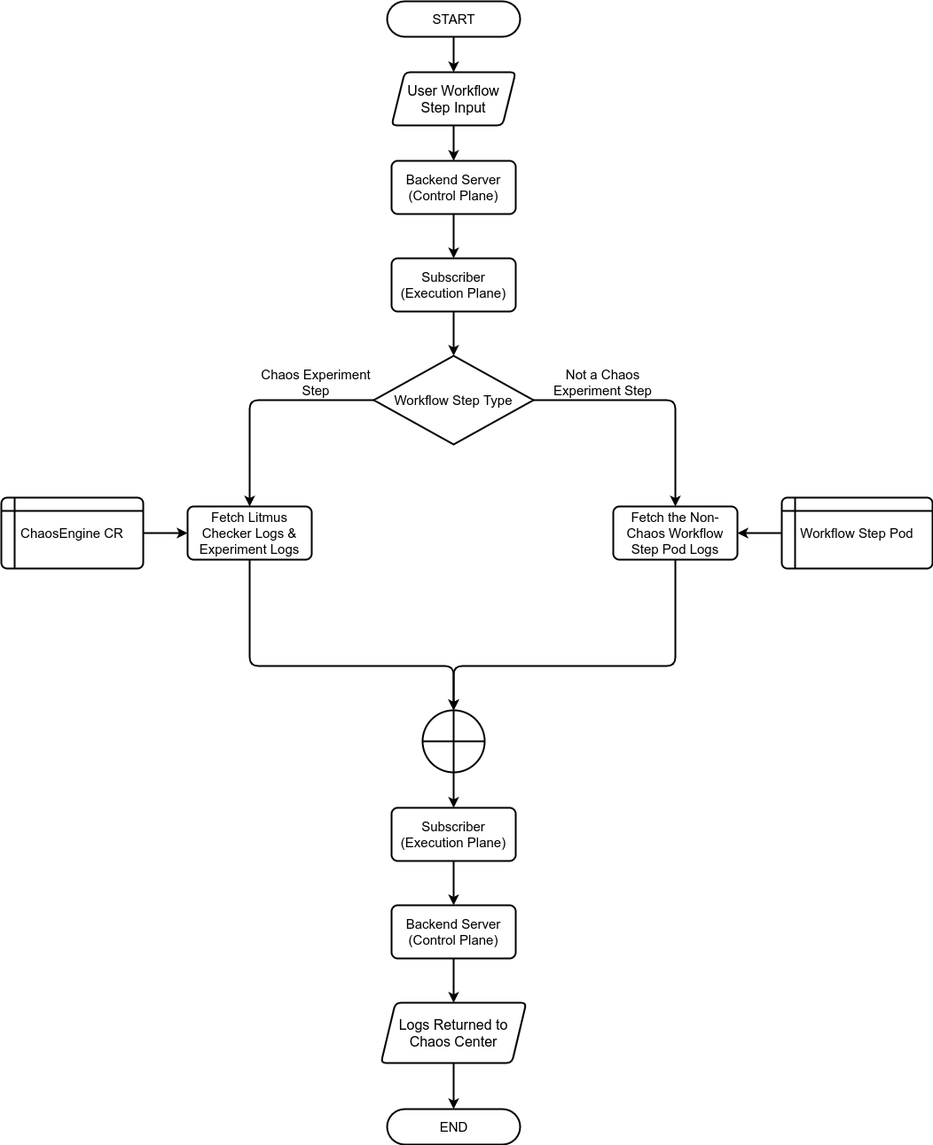
Above: website/versioned_docs/version-2.3.0/assets/chaos-observability-flow-logging.png in litmuschaos/litmus-docs (draw.io), before the change. Source tidied: cells renumbered, new cells last; positions are measured from the earlier drawing's top-left corner, leaving out a move shared by most shapes.
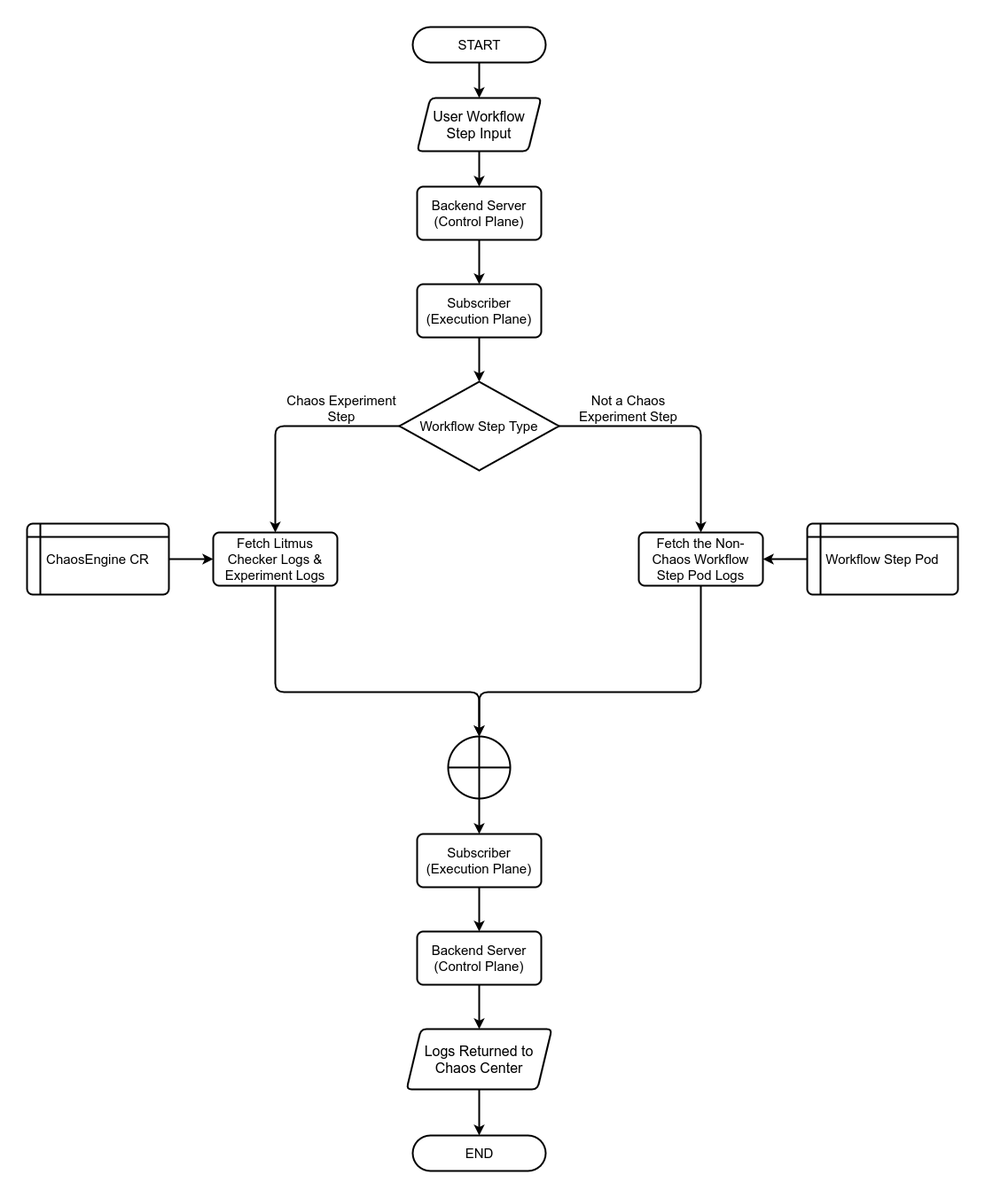
After the change.

The edit, as a diff of the source:
```diff
@@ -2,6 +2,9 @@
   <root>
     <mxCell id="0" />
     <mxCell id="1" parent="0" />
+    <mxCell id="32" style="rounded=0;whiteSpace=wrap;html=1;strokeColor=none;" parent="1" vertex="1">
+      <mxGeometry x="-30" y="-30" width="1110" height="1350" as="geometry" />
+    </mxCell>
     <mxCell id="2" value="Chaos Experiment Step" style="text;html=1;strokeColor=none;fillColor=none;align=center;verticalAlign=middle;whiteSpace=wrap;rounded=0;fontSize=15;" parent="1" vertex="1">
       <mxGeometry x="290" y="420" width="130" height="20" as="geometry" />
     </mxCell>
```
